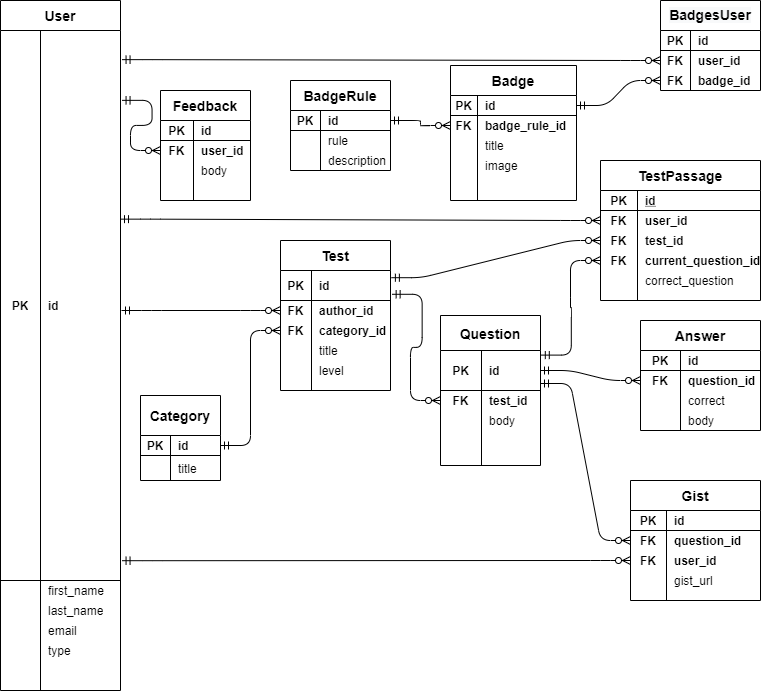
Earlier version of the draw.io export tmp/ER_model_diagram.png (svslight/test-guru). Source tidied: cells renumbered, new cells last; positions are measured from the earlier drawing's top-left corner, leaving out a move shared by most shapes.
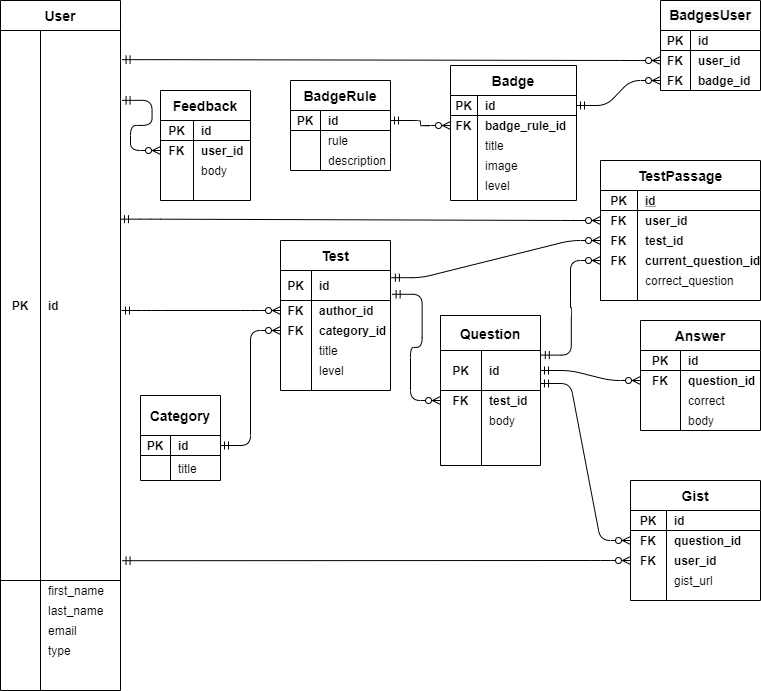
After the change.

Change to the diagram source:
```diff
@@ -450,5 +450,14 @@
     <mxCell id="149" value="image" style="shape=partialRectangle;html=1;whiteSpace=wrap;fillColor=none;top=0;left=0;bottom=0;right=0;align=left;spacingLeft=6;overflow=hidden;" parent="147" vertex="1">
       <mxGeometry x="27" width="99" height="20" as="geometry" />
     </mxCell>
+    <mxCell id="150" style="shape=partialRectangle;html=1;whiteSpace=wrap;fillColor=none;top=0;left=0;bottom=0;right=0;" parent="137" vertex="1">
+      <mxGeometry y="110" width="126" height="20" as="geometry" />
+    </mxCell>
+    <mxCell id="151" style="shape=partialRectangle;html=1;whiteSpace=wrap;fillColor=none;top=0;left=0;bottom=0;right=0;overflow=hidden;" parent="150" vertex="1">
+      <mxGeometry width="27" height="20" as="geometry" />
+    </mxCell>
+    <mxCell id="152" value="level" style="shape=partialRectangle;html=1;whiteSpace=wrap;fillColor=none;top=0;left=0;bottom=0;right=0;align=left;spacingLeft=6;overflow=hidden;" parent="150" vertex="1">
+      <mxGeometry x="27" width="99" height="20" as="geometry" />
+    </mxCell>
   </root>
 </mxGraphModel>
```
